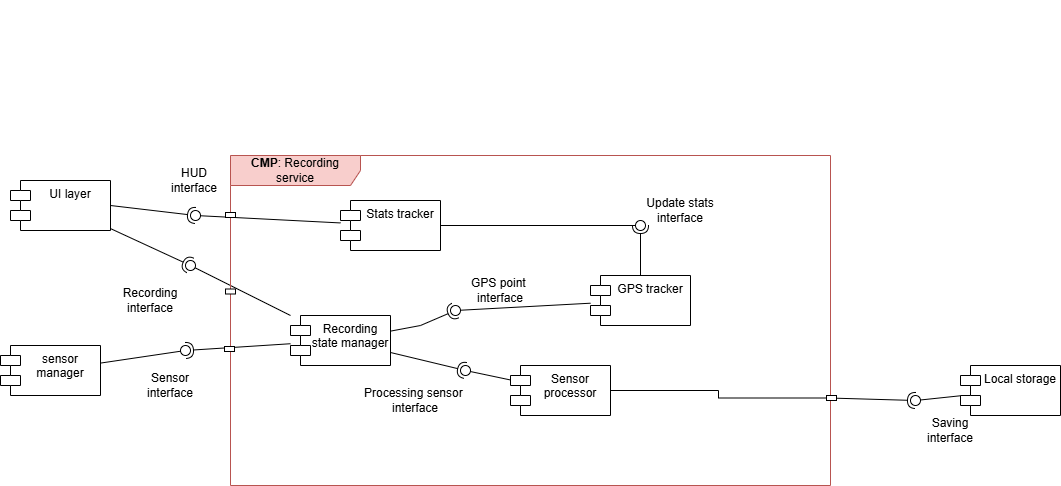
Before: DD/LaTeXCode/images/componentDiagrams/Component_diagram-Recording_detailed_view.drawio.png, a diagram exported from draw.io (jacopobellosi/Bellosi-Montanelli-Tempobono). Source tidied: cells renumbered, new cells last; positions are measured from the earlier drawing's top-left corner, leaving out a move shared by most shapes.
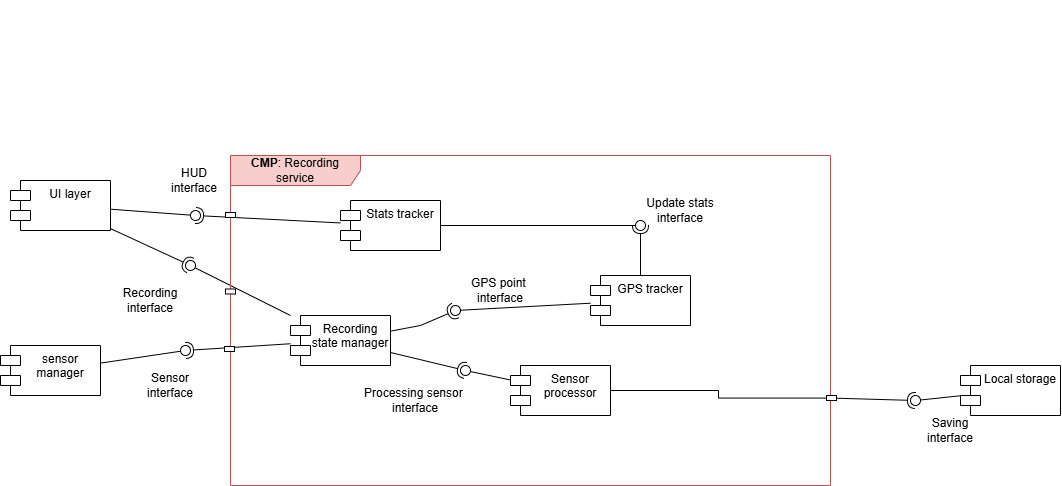
The same diagram one commit later.

Change to the diagram source:
```diff
@@ -11,10 +11,10 @@
     <mxCell id="4" value="Local storage" style="shape=module;align=left;spacingLeft=20;align=center;verticalAlign=top;whiteSpace=wrap;html=1;" parent="1" vertex="1">
       <mxGeometry x="960" y="365" width="100" height="50" as="geometry" />
     </mxCell>
-    <mxCell id="5" style="rounded=0;jettySize=auto;html=1;endArrow=halfCircle;endFill=0;endSize=6;strokeWidth=1;sketch=0;exitX=1;exitY=0.5;exitDx=0;exitDy=0;" parent="1" edge="1" source="2" target="7">
+    <mxCell id="5" style="rounded=0;jettySize=auto;html=1;endArrow=halfCircle;endFill=0;endSize=6;strokeWidth=1;sketch=0;" parent="1" edge="1" source="21" target="7">
       <mxGeometry relative="1" as="geometry" />
     </mxCell>
-    <mxCell id="6" style="rounded=0;jettySize=auto;html=1;endArrow=oval;endFill=0;sketch=0;sourcePerimeterSpacing=0;targetPerimeterSpacing=0;endSize=10;" parent="1" edge="1" source="21" target="7">
+    <mxCell id="6" style="rounded=0;jettySize=auto;html=1;endArrow=oval;endFill=0;sketch=0;sourcePerimeterSpacing=0;targetPerimeterSpacing=0;endSize=10;" parent="1" edge="1" source="2" target="7">
       <mxGeometry relative="1" as="geometry" />
     </mxCell>
     <mxCell id="7" style="ellipse;whiteSpace=wrap;html=1;align=center;fillColor=none;strokeColor=none;perimeter=centerPerimeter;points=[];outlineConnect=1;" parent="1" vertex="1">
```
